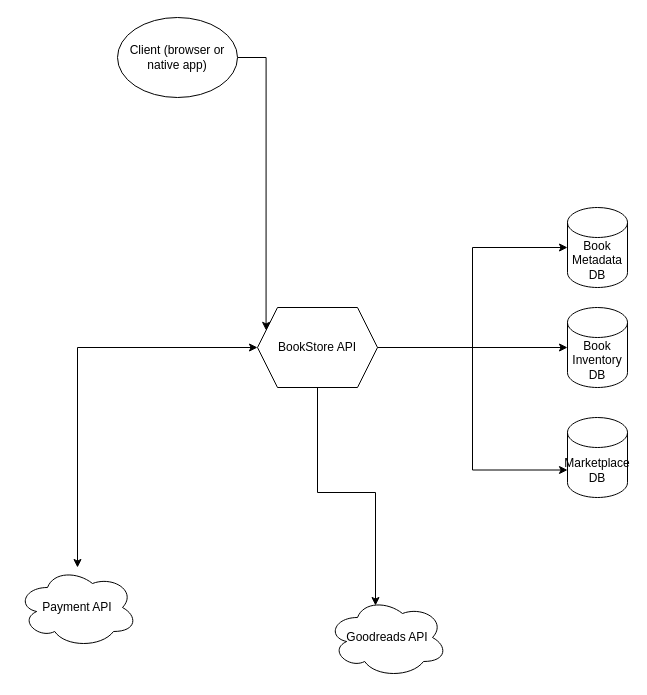
Earlier version of the draw.io diagram docs/Technical Architecture.drawio (GTechene/BookShop). Source tidied: cells renumbered, new cells numbered last; positions are measured from the earlier drawing's top-left corner, leaving out a move shared by most shapes. Both pictures are drawn from the tidied source at 100%, with x=0, y=0 at pixel (17, 17).
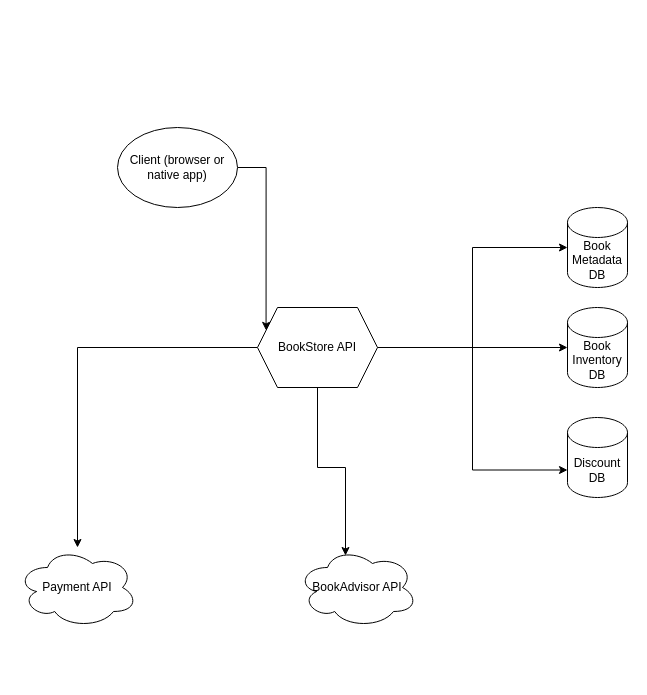
The same diagram, later.

Diff of the diagram source:
```diff
@@
 <mxGraphModel>
   <root>
     <mxCell id="0" />
     <mxCell id="1" parent="0" />
     <mxCell id="2" style="edgeStyle=orthogonalEdgeStyle;rounded=0;jettySize=auto;html=1;entryX=0;entryY=0.5;entryDx=0;entryDy=0;entryPerimeter=0;" parent="1" edge="1" source="7" target="10">
       <mxGeometry relative="1" as="geometry" />
     </mxCell>
     <mxCell id="3" style="edgeStyle=orthogonalEdgeStyle;rounded=0;jettySize=auto;html=1;entryX=0;entryY=0.5;entryDx=0;entryDy=0;entryPerimeter=0;" parent="1" edge="1" source="7" target="11">
       <mxGeometry relative="1" as="geometry" />
     </mxCell>
     <mxCell id="4" style="edgeStyle=orthogonalEdgeStyle;rounded=0;jettySize=auto;html=1;entryX=0;entryY=0;entryDx=0;entryDy=52.5;entryPerimeter=0;" parent="1" edge="1" source="7" target="12">
       <mxGeometry relative="1" as="geometry" />
     </mxCell>
-    <mxCell id="5" style="edgeStyle=orthogonalEdgeStyle;rounded=0;jettySize=auto;html=1;startArrow=classic;startFill=1;strokeColor=default;" parent="1" edge="1" source="7" target="14">
+    <mxCell id="5" style="edgeStyle=orthogonalEdgeStyle;rounded=0;jettySize=auto;html=1;startArrow=none;startFill=0;strokeColor=default;" parent="1" edge="1" source="7" target="14">
       <mxGeometry relative="1" as="geometry" />
     </mxCell>
-    <mxCell id="6" style="edgeStyle=orthogonalEdgeStyle;rounded=0;jettySize=auto;html=1;entryX=0.4;entryY=0.1;entryDx=0;entryDy=0;entryPerimeter=0;startArrow=none;startFill=0;strokeColor=default;" parent="1" edge="1" source="7" target="13">
+    <mxCell id="6" style="rounded=0;jettySize=auto;html=1;entryX=0.4;entryY=0.1;entryDx=0;entryDy=0;entryPerimeter=0;startArrow=none;startFill=0;strokeColor=default;edgeStyle=orthogonalEdgeStyle;" parent="1" edge="1" source="7" target="13">
       <mxGeometry relative="1" as="geometry" />
     </mxCell>
     <mxCell id="7" value="BookStore API" style="shape=hexagon;perimeter=hexagonPerimeter2;whiteSpace=wrap;html=1;fixedSize=1;" parent="1" vertex="1">
       <mxGeometry x="240" y="290" width="120" height="80" as="geometry" />
     </mxCell>
     <mxCell id="8" style="edgeStyle=orthogonalEdgeStyle;rounded=0;jettySize=auto;html=1;entryX=0;entryY=0.25;entryDx=0;entryDy=0;" parent="1" edge="1" source="9" target="7">
       <mxGeometry relative="1" as="geometry" />
     </mxCell>
     <mxCell id="9" value="Client (browser or native app)" style="ellipse;whiteSpace=wrap;html=1;" parent="1" vertex="1">
-      <mxGeometry x="100" width="120" height="80" as="geometry" />
+      <mxGeometry x="100" y="110" width="120" height="80" as="geometry" />
     </mxCell>
     <mxCell id="10" value="Book Metadata DB" style="shape=cylinder3;whiteSpace=wrap;html=1;boundedLbl=1;backgroundOutline=1;size=15;" parent="1" vertex="1">
       <mxGeometry x="550" y="190" width="60" height="80" as="geometry" />
     </mxCell>
     <mxCell id="11" value="Book Inventory DB" style="shape=cylinder3;whiteSpace=wrap;html=1;boundedLbl=1;backgroundOutline=1;size=15;" parent="1" vertex="1">
       <mxGeometry x="550" y="290" width="60" height="80" as="geometry" />
     </mxCell>
-    <mxCell id="12" value="Marketplace DB" style="shape=cylinder3;whiteSpace=wrap;html=1;boundedLbl=1;backgroundOutline=1;size=15;" parent="1" vertex="1">
+    <mxCell id="12" value="Discount DB" style="shape=cylinder3;whiteSpace=wrap;html=1;boundedLbl=1;backgroundOutline=1;size=15;" parent="1" vertex="1">
       <mxGeometry x="550" y="400" width="60" height="80" as="geometry" />
     </mxCell>
-    <mxCell id="13" value="Goodreads API" style="ellipse;shape=cloud;whiteSpace=wrap;html=1;" parent="1" vertex="1">
-      <mxGeometry x="310" y="580" width="120" height="80" as="geometry" />
+    <mxCell id="13" value="BookAdvisor API" style="ellipse;shape=cloud;whiteSpace=wrap;html=1;" parent="1" vertex="1">
+      <mxGeometry x="280" y="530" width="120" height="80" as="geometry" />
     </mxCell>
     <mxCell id="14" value="Payment API" style="ellipse;shape=cloud;whiteSpace=wrap;html=1;" parent="1" vertex="1">
-      <mxGeometry y="550" width="120" height="80" as="geometry" />
+      <mxGeometry y="530" width="120" height="80" as="geometry" />
     </mxCell>
   </root>
 </mxGraphModel>
```
